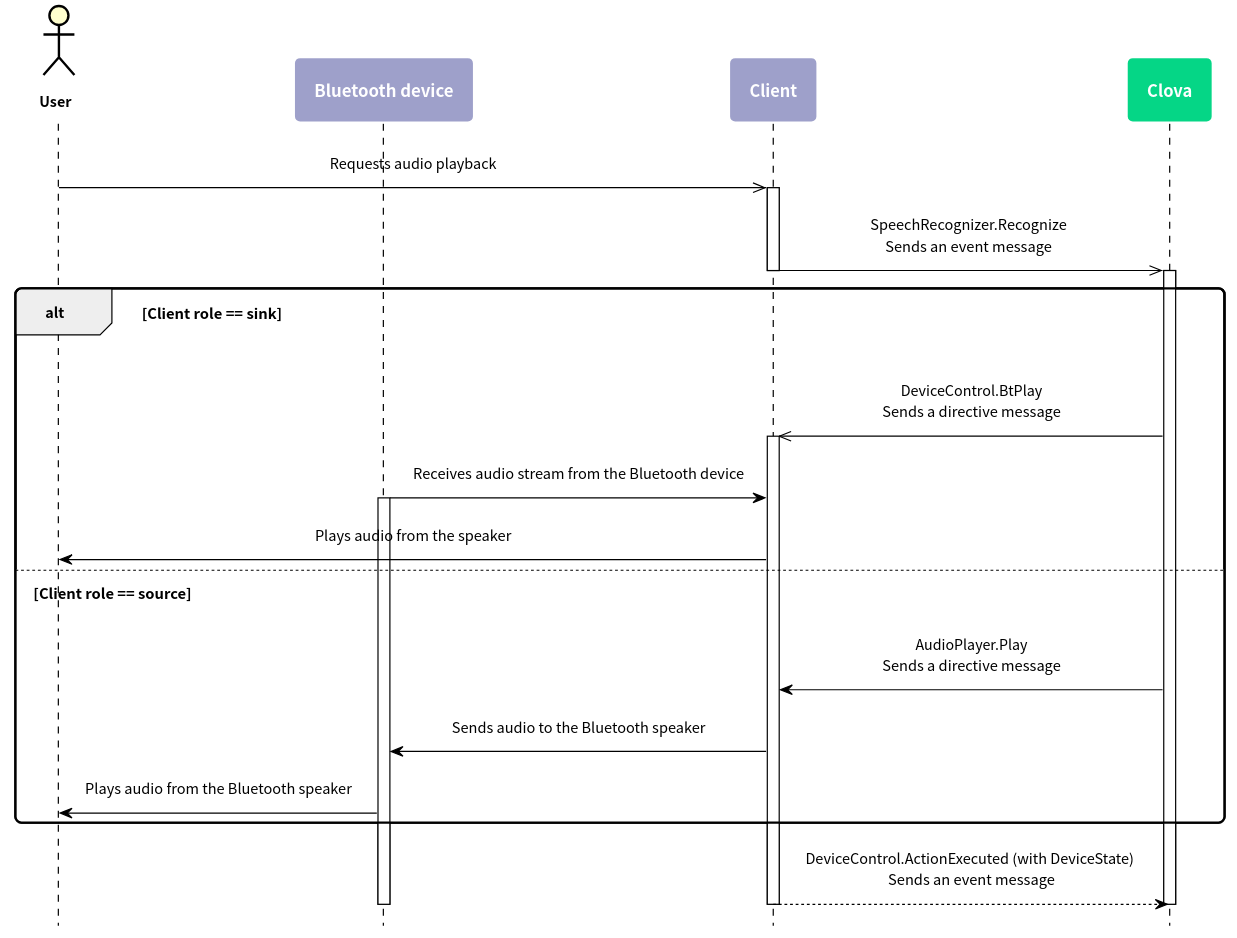
Before: en-KR/Develop/Assets/Images/CIC_BluetoothControl_Work_Flow3.svg, a diagram exported from PlantUML (muchokwon/clova-client-developer-guide).
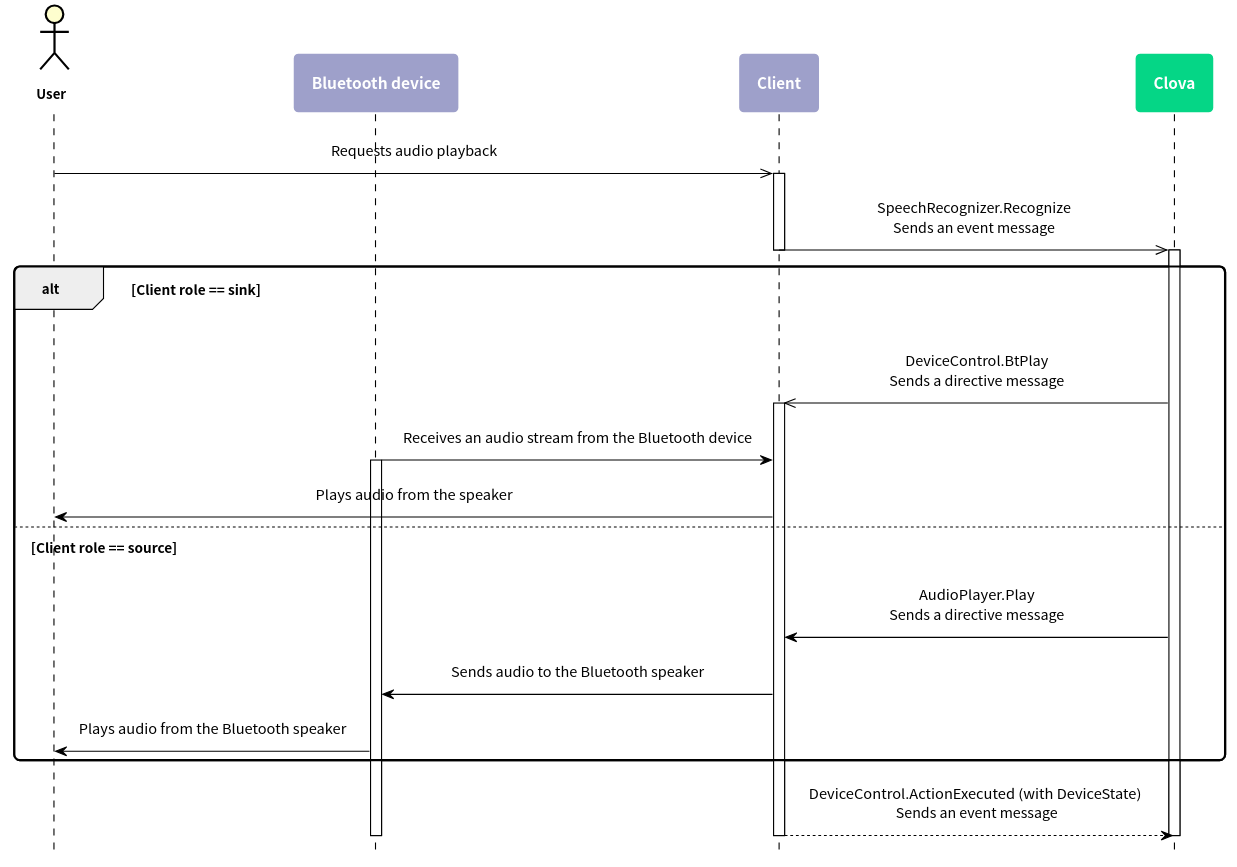
Later version of the same file.

What changed in the source:
```diff
@@ -64,7 +64,7 @@
 
 activate client
 
-	device -> client : Receives audio stream from the Bluetooth device
+	device -> client : Receives an audio stream from the Bluetooth device
   activate device
     client -> user : Plays audio from the speaker
 else Client role == source
```
